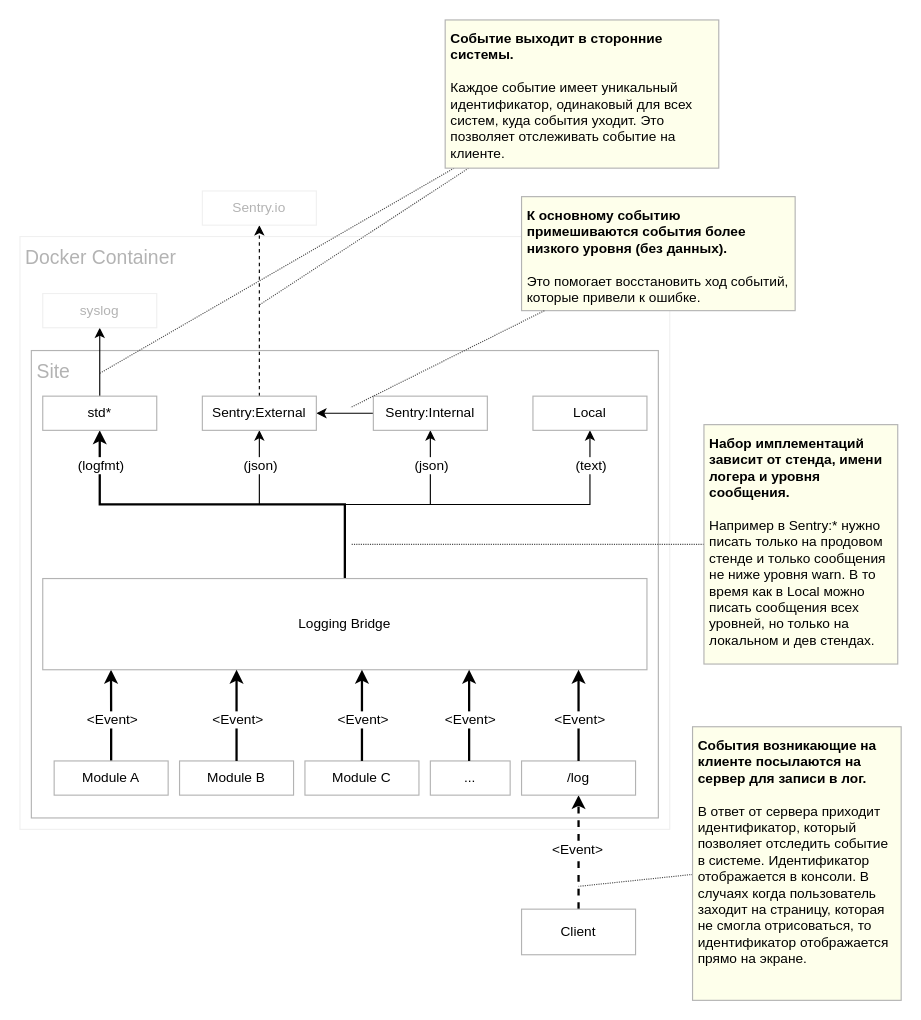
Before: tmp.drawio in ajile/draw-io, a draw.io diagram. Source tidied: cells renumbered, new cells numbered last; positions are measured from the earlier drawing's top-left corner, leaving out a move shared by most shapes. Both pictures are drawn from the tidied source at 114%, with x=0, y=0 at pixel (19, 19).
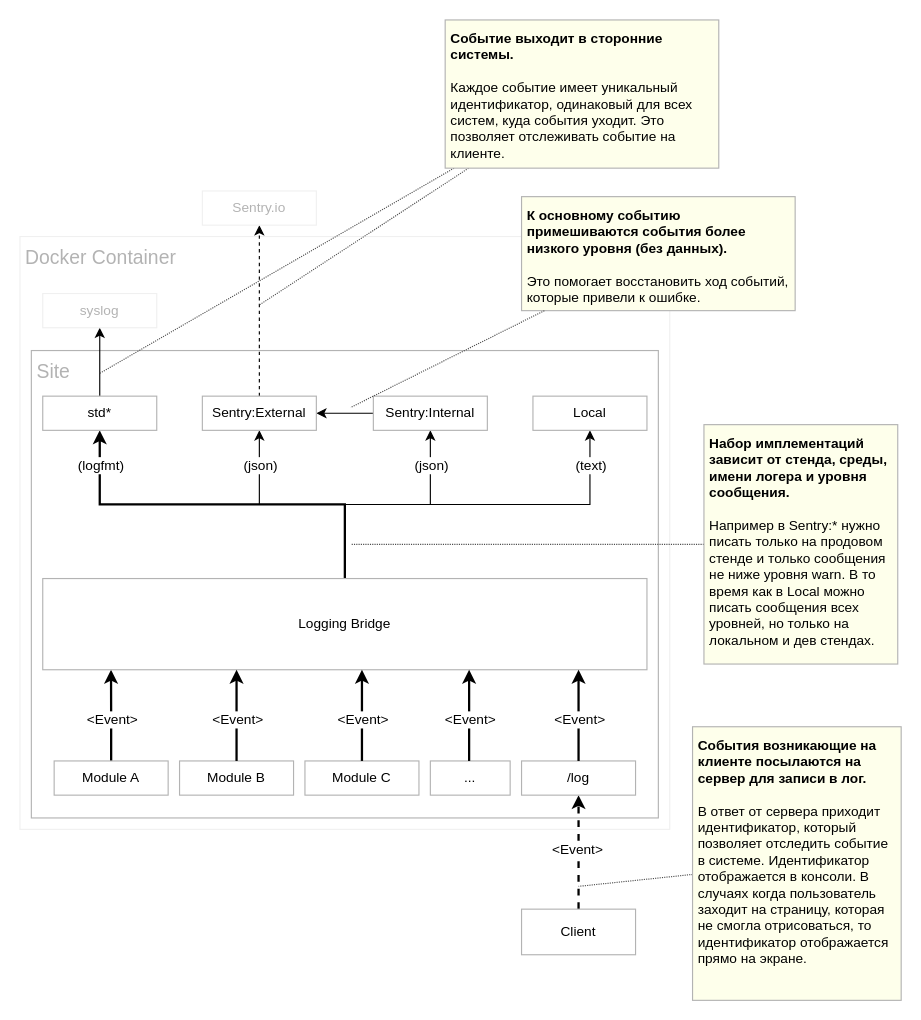
Above is the later version.

What changed in the source:
```diff
@@
-    <mxCell id="44" value="&lt;b&gt;Набор имплементаций зависит от стенда, имени логера и уровня сообщения.&lt;/b&gt;&lt;br&gt;&lt;br&gt;Например в&amp;nbsp;Sentry:* нужно писать только на продовом стенде и только сообщения не ниже уровня&amp;nbsp;warn. В то время как в Local можно писать сообщения всех уровней, но только на локальном и дев стендах.&lt;br&gt;" style="text;html=1;strokeColor=#B3B3B3;fillColor=#FEFFEB;align=left;verticalAlign=top;whiteSpace=wrap;rounded=0;spacing=5;" parent="42" vertex="1">
+    <mxCell id="44" value="&lt;b&gt;Набор имплементаций зависит от стенда, среды, имени логера и уровня сообщения.&lt;/b&gt;&lt;br&gt;&lt;br&gt;Например в&amp;nbsp;Sentry:* нужно писать только на продовом стенде и только сообщения не ниже уровня&amp;nbsp;warn. В то время как в Local можно писать сообщения всех уровней, но только на локальном и дев стендах.&lt;br&gt;" style="text;html=1;strokeColor=#B3B3B3;fillColor=#FEFFEB;align=left;verticalAlign=top;whiteSpace=wrap;rounded=0;spacing=5;" parent="42" vertex="1">
       <mxGeometry x="600" y="355" width="170" height="210" as="geometry" />
     </mxCell>
```
